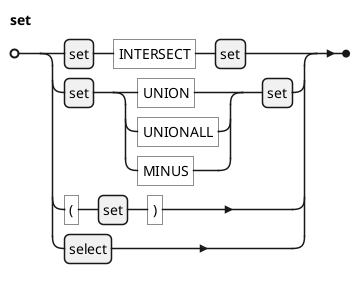
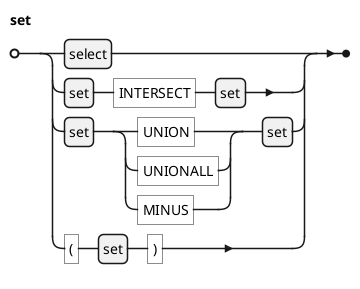
@startebnf
' border and background
skinparam legendBorderColor transparent
skinparam legendBackgroundColor white

'title set

- set = set, "INTERSECT", set
+ set = select
+   |set, "INTERSECT", set
  | set, ("UNION" | "UNIONALL" | "MINUS" ), set
  | "(", set, ")"
-   | select
;
@endebnf
